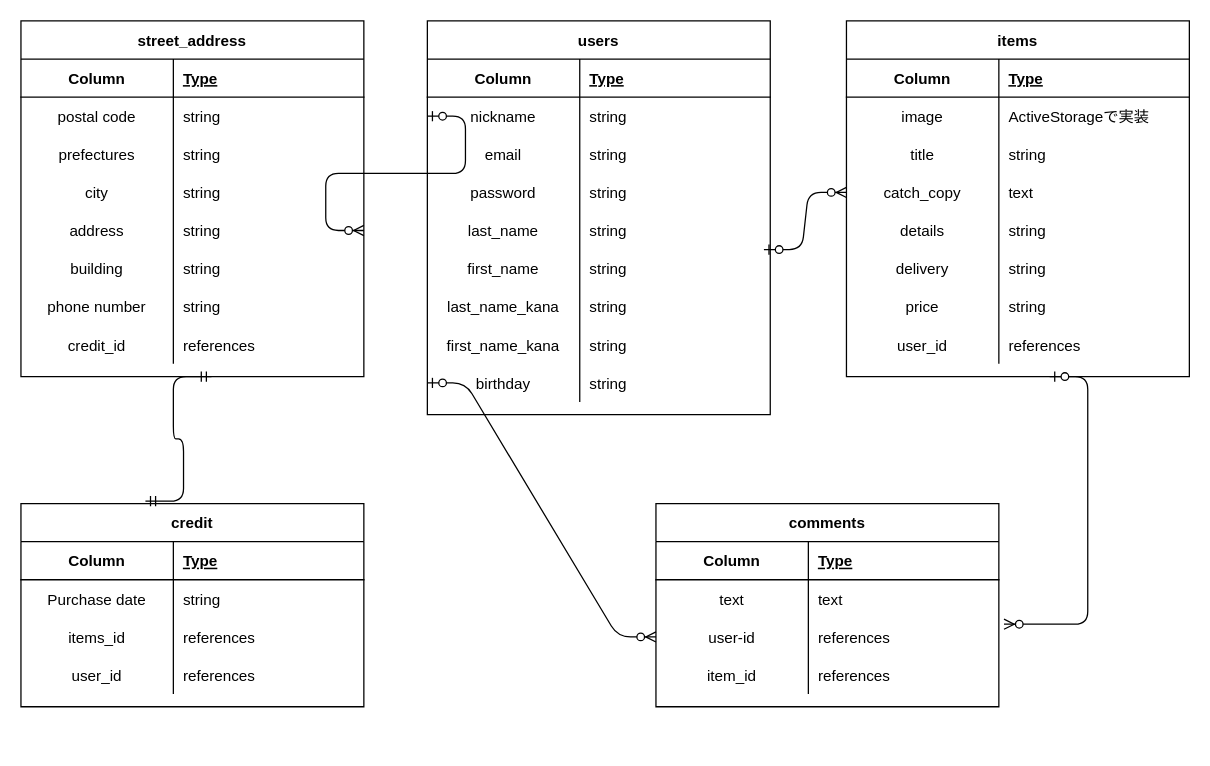
Above: .dio in tatina555/furima-31663 (draw.io), before the change. Source tidied: cells renumbered, new cells numbered last; positions are measured from the earlier drawing's top-left corner, leaving out a move shared by most shapes. Both pictures are drawn from the tidied source at 127%, with x=0, y=0 at pixel (20, 20).
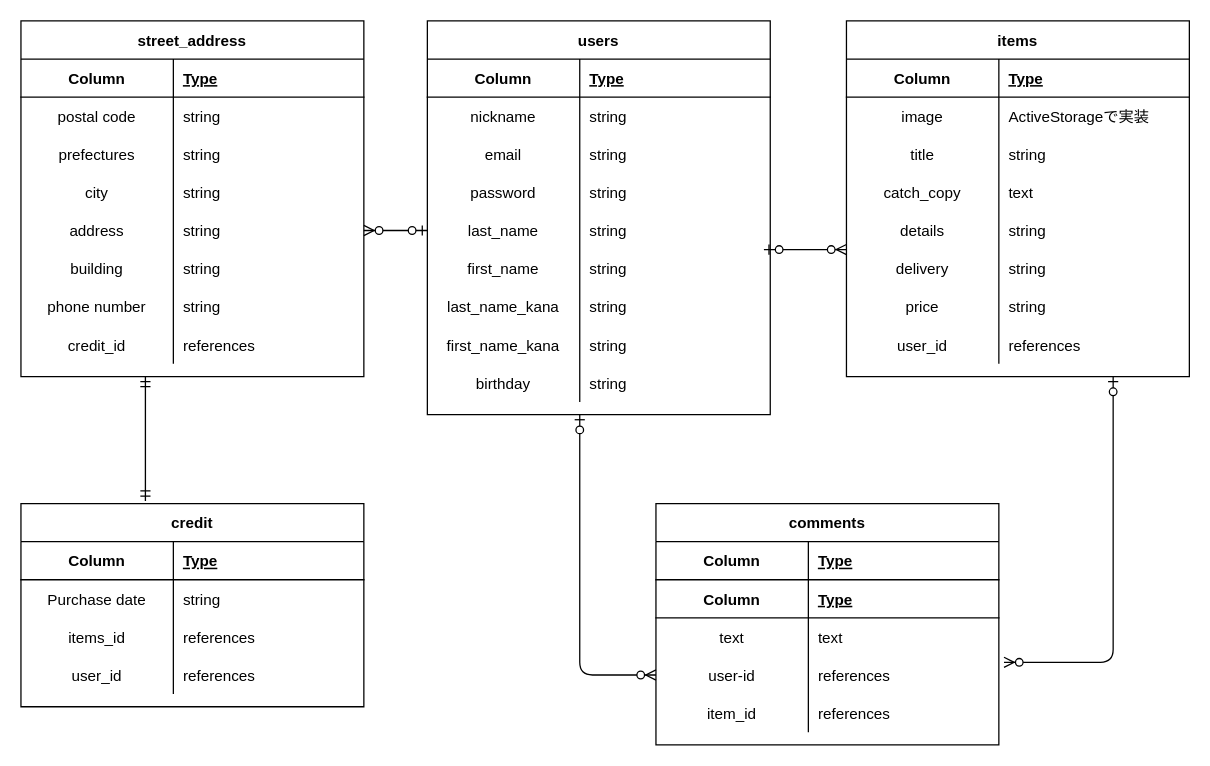
The same diagram, later.

The change refers to these unchanged cells:
```xml
<mxCell id="6" style="shape=partialRectangle;fillColor=none;top=0;left=0;bottom=0;right=0;points=[[0,0.5],[1,0.5]];portConstraint=eastwest;" parent="2" vertex="1">
  <mxGeometry y="60" width="270" height="30" as="geometry" />
</mxCell>
<mxCell id="27" style="shape=partialRectangle;fillColor=none;top=0;left=0;bottom=0;right=0;points=[[0,0.5],[1,0.5]];portConstraint=eastwest;" parent="2" vertex="1">
  <mxGeometry y="270" width="270" height="30" as="geometry" />
</mxCell>
<mxCell id="65" style="shape=partialRectangle;fillColor=none;top=0;left=0;bottom=0;right=0;points=[[0,0.5],[1,0.5]];portConstraint=eastwest;" parent="55" vertex="1">
  <mxGeometry y="120" width="270" height="30" as="geometry" />
</mxCell>
<mxCell id="71" style="shape=partialRectangle;fillColor=none;top=0;left=0;bottom=0;right=0;points=[[0,0.5],[1,0.5]];portConstraint=eastwest;" parent="55" vertex="1">
  <mxGeometry y="180" width="270" height="30" as="geometry" />
</mxCell>
<mxCell id="93" value="credit" style="shape=table;startSize=30;childLayout=tableLayout;rowLines=0;fontStyle=1;align=center;" parent="1" vertex="1">
  <mxGeometry y="380" width="270" height="160" as="geometry" />
</mxCell>
```

The edit, as a diff of the source:
```diff
@@
     <mxCell id="80" value="comments" style="shape=table;startSize=30;childLayout=tableLayout;rowLines=0;fontStyle=1;align=center;" parent="1" vertex="1">
-      <mxGeometry x="500" y="380" width="270" height="160" as="geometry" />
+      <mxGeometry x="500" y="380" width="270" height="190" as="geometry" />
     </mxCell>
+    <mxCell id="111" style="shape=partialRectangle;fillColor=none;top=0;left=0;bottom=1;right=0;" parent="80" vertex="1">
+      <mxGeometry y="30" width="270" height="30" as="geometry" />
+    </mxCell>
+    <mxCell id="112" value="Column" style="shape=partialRectangle;fillColor=none;top=0;left=0;bottom=0;right=0;fontStyle=1;overflow=hidden;" parent="111" vertex="1">
+      <mxGeometry width="120" height="30" as="geometry" />
+    </mxCell>
+    <mxCell id="113" value="Type" style="shape=partialRectangle;fillColor=none;top=0;left=0;bottom=0;right=0;align=left;spacingLeft=6;fontStyle=5;overflow=hidden;" parent="111" vertex="1">
+      <mxGeometry x="120" width="150" height="30" as="geometry" />
+    </mxCell>
     <mxCell id="81" style="shape=partialRectangle;fillColor=none;top=0;left=0;bottom=1;right=0;" parent="80" vertex="1">
-      <mxGeometry y="30" width="270" height="30" as="geometry" />
+      <mxGeometry y="60" width="270" height="30" as="geometry" />
     </mxCell>
@@
     <mxCell id="84" style="shape=partialRectangle;fillColor=none;top=0;left=0;bottom=0;right=0;" parent="80" vertex="1">
-      <mxGeometry y="60" width="270" height="30" as="geometry" />
+      <mxGeometry y="90" width="270" height="30" as="geometry" />
     </mxCell>
@@
     <mxCell id="87" style="shape=partialRectangle;fillColor=none;top=0;left=0;bottom=0;right=0;points=[[0,0.5],[1,0.5]];portConstraint=eastwest;" parent="80" vertex="1">
-      <mxGeometry y="90" width="270" height="30" as="geometry" />
+      <mxGeometry y="120" width="270" height="30" as="geometry" />
     </mxCell>
@@
     <mxCell id="90" style="shape=partialRectangle;fillColor=none;top=0;left=0;bottom=0;right=0;" parent="80" vertex="1">
-      <mxGeometry y="120" width="270" height="30" as="geometry" />
+      <mxGeometry y="150" width="270" height="30" as="geometry" />
     </mxCell>
@@
-    <mxCell id="106" style="edgeStyle=entityRelationEdgeStyle;fontSize=12;html=1;endArrow=ERzeroToMany;startArrow=ERzeroToOne;exitX=0;exitY=0.5;exitDx=0;exitDy=0;" parent="1" edge="1" source="6">
+    <mxCell id="106" style="fontSize=12;html=1;endArrow=ERzeroToMany;startArrow=ERzeroToOne;" parent="1" edge="1">
       <mxGeometry relative="1" as="geometry">
+        <mxPoint x="320" y="165" as="sourcePoint" />
         <mxPoint x="270" y="165" as="targetPoint" />
+        <Array as="points">
+          <mxPoint x="320" y="165" />
+        </Array>
       </mxGeometry>
     </mxCell>
-    <mxCell id="107" style="edgeStyle=entityRelationEdgeStyle;fontSize=12;html=1;endArrow=ERzeroToMany;startArrow=ERzeroToOne;entryX=0;entryY=0.5;entryDx=0;entryDy=0;" parent="1" edge="1" target="65">
+    <mxCell id="107" style="fontSize=12;html=1;endArrow=ERzeroToMany;startArrow=ERzeroToOne;entryX=0;entryY=0;entryDx=0;entryDy=0;entryPerimeter=0;" parent="1" edge="1" target="71">
       <mxGeometry relative="1" as="geometry">
         <mxPoint x="585" y="180" as="sourcePoint" />
       </mxGeometry>
     </mxCell>
-    <mxCell id="108" style="edgeStyle=entityRelationEdgeStyle;fontSize=12;html=1;endArrow=ERzeroToMany;startArrow=ERzeroToOne;exitX=0;exitY=0.5;exitDx=0;exitDy=0;" parent="1" edge="1" source="27" target="87">
-      <mxGeometry relative="1" as="geometry" />
+    <mxCell id="108" style="fontSize=12;html=1;endArrow=ERzeroToMany;startArrow=ERzeroToOne;entryX=0;entryY=0.5;entryDx=0;entryDy=0;" parent="1" edge="1" target="87">
+      <mxGeometry relative="1" as="geometry">
+        <mxPoint x="440" y="310" as="sourcePoint" />
+        <Array as="points">
+          <mxPoint x="440" y="515" />
+        </Array>
+      </mxGeometry>
     </mxCell>
-    <mxCell id="109" style="edgeStyle=entityRelationEdgeStyle;fontSize=12;html=1;endArrow=ERzeroToMany;startArrow=ERzeroToOne;entryX=1.015;entryY=0.167;entryDx=0;entryDy=0;entryPerimeter=0;" parent="1" edge="1" target="87">
+    <mxCell id="109" style="fontSize=12;html=1;endArrow=ERzeroToMany;startArrow=ERzeroToOne;entryX=1.015;entryY=0.167;entryDx=0;entryDy=0;entryPerimeter=0;" parent="1" edge="1" target="87">
       <mxGeometry relative="1" as="geometry">
-        <mxPoint x="810" y="280" as="sourcePoint" />
+        <mxPoint x="860" y="280" as="sourcePoint" />
+        <Array as="points">
+          <mxPoint x="860" y="505" />
+        </Array>
       </mxGeometry>
     </mxCell>
-    <mxCell id="110" style="edgeStyle=entityRelationEdgeStyle;fontSize=12;html=1;endArrow=ERmandOne;startArrow=ERmandOne;exitX=0.363;exitY=-0.012;exitDx=0;exitDy=0;exitPerimeter=0;" parent="1" edge="1" source="93">
+    <mxCell id="110" style="fontSize=12;html=1;endArrow=ERmandOne;startArrow=ERmandOne;exitX=0.363;exitY=-0.012;exitDx=0;exitDy=0;exitPerimeter=0;" parent="1" edge="1" source="93">
       <mxGeometry relative="1" as="geometry">
-        <mxPoint x="150" y="280" as="targetPoint" />
+        <mxPoint x="98" y="280" as="targetPoint" />
       </mxGeometry>
     </mxCell>
```
